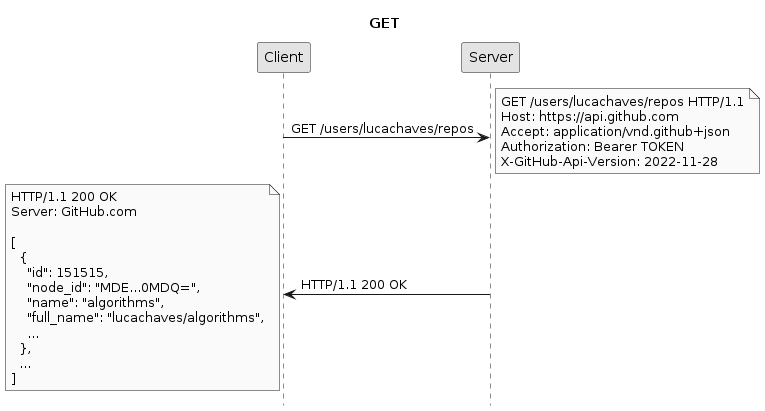
The PlantUML diagram public/imgs/api/rest/github-get-repositories.png in ifpb/ls, before a commit.
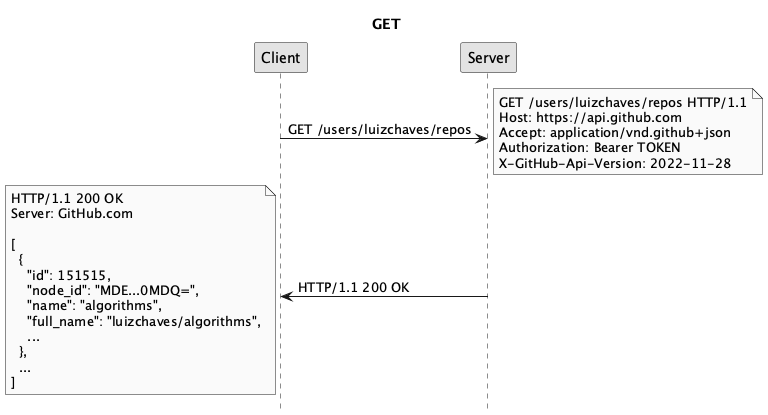
After the commit.

What changed in the source:
```diff
@@ -3,8 +3,8 @@
 hide footbox
 skinparam monochrome true
 
-Client -> Server: GET /users/lucachaves/repos
-note right: GET /users/lucachaves/repos HTTP/1.1\nHost: https://api.github.com\nAccept: application/vnd.github+json\nAuthorization: Bearer TOKEN\nX-GitHub-Api-Version: 2022-11-28
+Client -> Server: GET /users/luizchaves/repos
+note right: GET /users/luizchaves/repos HTTP/1.1\nHost: https://api.github.com\nAccept: application/vnd.github+json\nAuthorization: Bearer TOKEN\nX-GitHub-Api-Version: 2022-11-28
 Server -> Client: HTTP/1.1 200 OK
-note left: HTTP/1.1 200 OK\nServer: GitHub.com\n\n[\n  {\n    "id": 151515,\n    "node_id": "MDE...0MDQ=",\n    "name": "algorithms",\n    "full_name": "lucachaves/algorithms",\n    ...\n  },\n  ...\n]
+note left: HTTP/1.1 200 OK\nServer: GitHub.com\n\n[\n  {\n    "id": 151515,\n    "node_id": "MDE...0MDQ=",\n    "name": "algorithms",\n    "full_name": "luizchaves/algorithms",\n    ...\n  },\n  ...\n]
 @enduml
```
